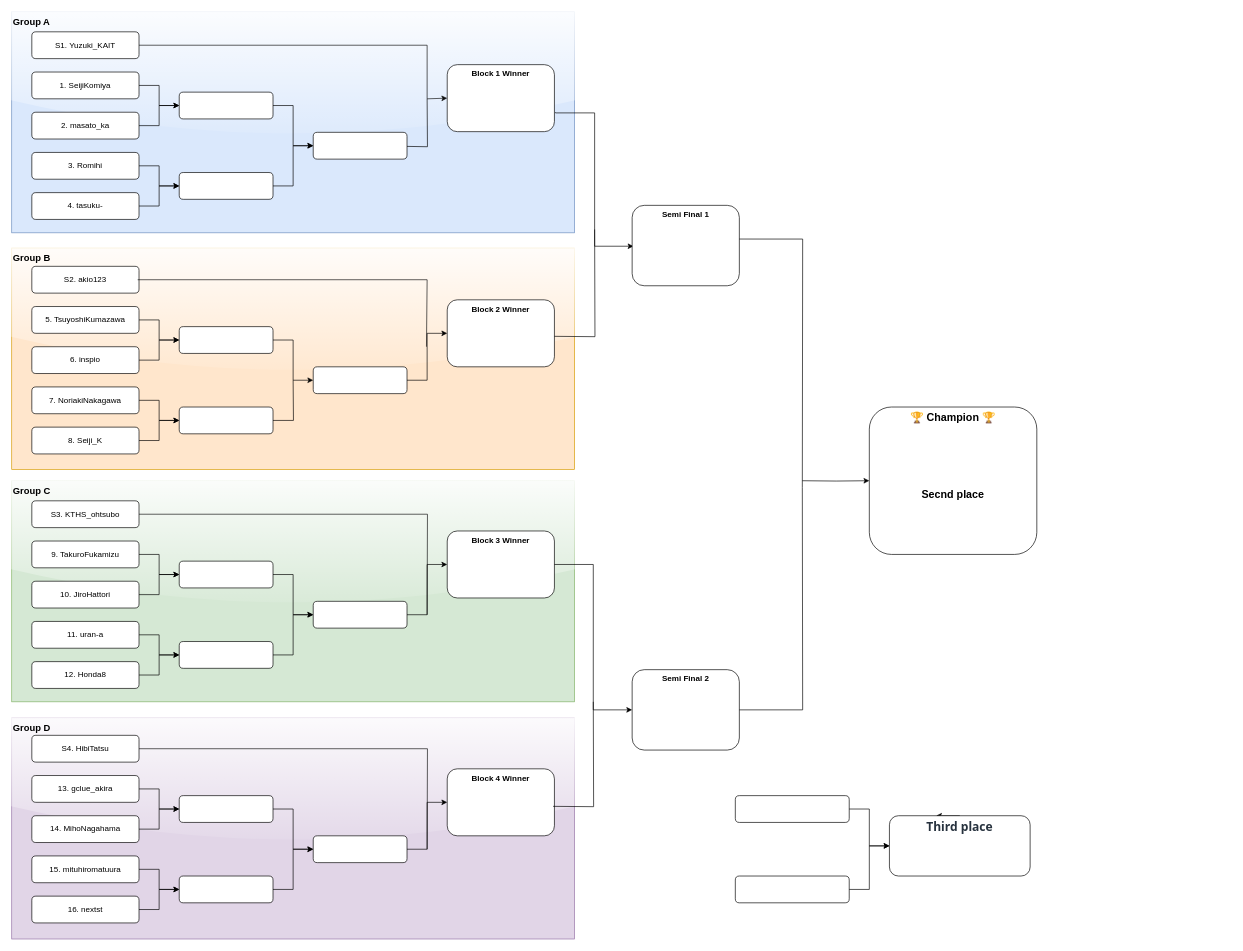
Above: page "Bracket" (1 of 2) of AIFestival2025/tornament/tournament.drawio in KwikHangout/AI-RC (draw.io), before the change. Source tidied: cells renumbered, new cells numbered last; positions are measured from the earlier drawing's top-left corner, leaving out a move shared by most shapes. Both pictures are drawn from the tidied source at 67%, with x=0, y=0 at pixel (11, 11).
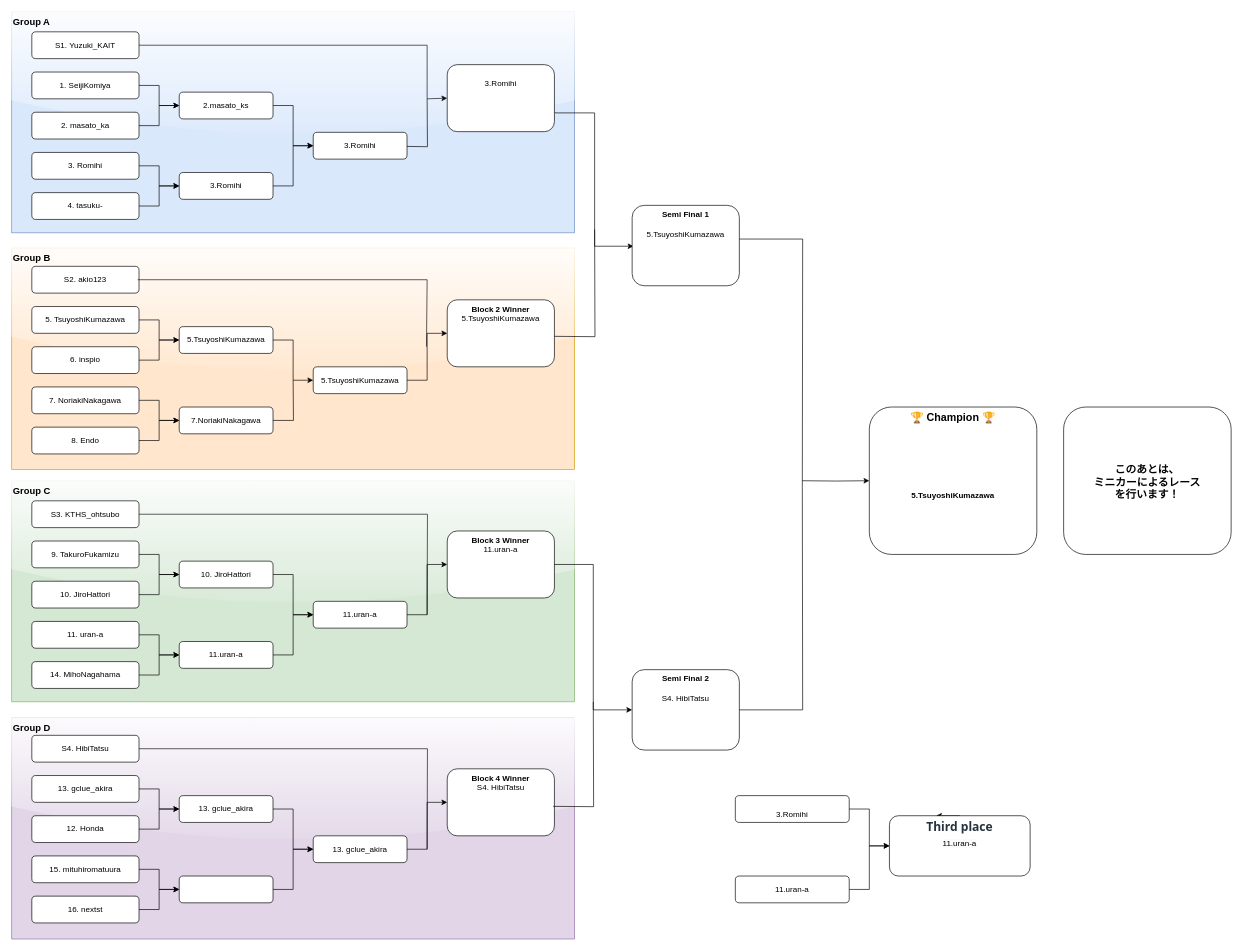
After the change.

Commit message (it also covers changes not shown here):
AIFestival tournament

What changed in the source:
```diff
@@
-    <mxCell id="15" value="8. Seiji_K" style="rounded=1;whiteSpace=wrap;html=1;" parent="1" vertex="1">
+    <mxCell id="15" value="8. Endo" style="rounded=1;whiteSpace=wrap;html=1;" parent="1" vertex="1">
       <mxGeometry x="30" y="620" width="160" height="40" as="geometry" />
     </mxCell>
@@
-    <mxCell id="20" value="12. Honda8" style="rounded=1;whiteSpace=wrap;html=1;" parent="1" vertex="1">
+    <mxCell id="20" value="14. MihoNagahama" style="rounded=1;whiteSpace=wrap;html=1;" parent="1" vertex="1">
       <mxGeometry x="30" y="970" width="160" height="40" as="geometry" />
     </mxCell>
@@
-    <mxCell id="23" value="14. MihoNagahama" style="rounded=1;whiteSpace=wrap;html=1;" parent="1" vertex="1">
+    <mxCell id="23" value="12. Honda" style="rounded=1;whiteSpace=wrap;html=1;" parent="1" vertex="1">
       <mxGeometry x="30" y="1200" width="160" height="40" as="geometry" />
     </mxCell>
@@
-    <mxCell id="26" style="rounded=1;whiteSpace=wrap;html=1;" parent="1" vertex="1">
+    <mxCell id="26" value="2.masato_ks" style="rounded=1;whiteSpace=wrap;html=1;" parent="1" vertex="1">
       <mxGeometry x="250" y="120" width="140" height="40" as="geometry" />
     </mxCell>
-    <mxCell id="27" style="rounded=1;whiteSpace=wrap;html=1;" parent="1" vertex="1">
+    <mxCell id="27" value="3.Romihi" style="rounded=1;whiteSpace=wrap;html=1;" parent="1" vertex="1">
       <mxGeometry x="250" y="240" width="140" height="40" as="geometry" />
     </mxCell>
-    <mxCell id="28" style="rounded=1;whiteSpace=wrap;html=1;" parent="1" vertex="1">
+    <mxCell id="28" value="5.TsuyoshiKumazawa" style="rounded=1;whiteSpace=wrap;html=1;" parent="1" vertex="1">
       <mxGeometry x="250" y="470" width="140" height="40" as="geometry" />
     </mxCell>
-    <mxCell id="29" style="rounded=1;whiteSpace=wrap;html=1;" parent="1" vertex="1">
+    <mxCell id="29" value="7.NoriakiNakagawa" style="rounded=1;whiteSpace=wrap;html=1;" parent="1" vertex="1">
       <mxGeometry x="250" y="590" width="140" height="40" as="geometry" />
     </mxCell>
-    <mxCell id="30" style="rounded=1;whiteSpace=wrap;html=1;" parent="1" vertex="1">
+    <mxCell id="30" value="&lt;span style=&quot;color: rgb(0, 0, 0);&quot;&gt;10. JiroHattori&lt;/span&gt;" style="rounded=1;whiteSpace=wrap;html=1;" parent="1" vertex="1">
       <mxGeometry x="250" y="820" width="140" height="40" as="geometry" />
     </mxCell>
-    <mxCell id="31" style="rounded=1;whiteSpace=wrap;html=1;" parent="1" vertex="1">
+    <mxCell id="31" value="11.uran-a" style="rounded=1;whiteSpace=wrap;html=1;" parent="1" vertex="1">
       <mxGeometry x="250" y="940" width="140" height="40" as="geometry" />
     </mxCell>
-    <mxCell id="32" style="rounded=1;whiteSpace=wrap;html=1;" parent="1" vertex="1">
+    <mxCell id="32" value="&lt;span style=&quot;color: rgb(0, 0, 0);&quot;&gt;13. gclue_akira&lt;/span&gt;" style="rounded=1;whiteSpace=wrap;html=1;" parent="1" vertex="1">
       <mxGeometry x="250" y="1170" width="140" height="40" as="geometry" />
     </mxCell>
@@
-    <mxCell id="34" style="rounded=1;whiteSpace=wrap;html=1;" parent="1" vertex="1">
+    <mxCell id="34" value="3.Romihi" style="rounded=1;whiteSpace=wrap;html=1;" parent="1" vertex="1">
       <mxGeometry x="450" y="180" width="140" height="40" as="geometry" />
     </mxCell>
-    <mxCell id="35" style="rounded=1;whiteSpace=wrap;html=1;" parent="1" vertex="1">
+    <mxCell id="35" value="&lt;span style=&quot;color: rgb(0, 0, 0);&quot;&gt;5.TsuyoshiKumazawa&lt;/span&gt;" style="rounded=1;whiteSpace=wrap;html=1;" parent="1" vertex="1">
       <mxGeometry x="450" y="530" width="140" height="40" as="geometry" />
     </mxCell>
-    <mxCell id="36" style="rounded=1;whiteSpace=wrap;html=1;" parent="1" vertex="1">
+    <mxCell id="36" value="&lt;span style=&quot;color: rgb(0, 0, 0);&quot;&gt;11.uran-a&lt;/span&gt;" style="rounded=1;whiteSpace=wrap;html=1;" parent="1" vertex="1">
       <mxGeometry x="450" y="880" width="140" height="40" as="geometry" />
     </mxCell>
-    <mxCell id="37" style="rounded=1;whiteSpace=wrap;html=1;" parent="1" vertex="1">
+    <mxCell id="37" value="&lt;span style=&quot;color: rgb(0, 0, 0);&quot;&gt;13. gclue_akira&lt;/span&gt;" style="rounded=1;whiteSpace=wrap;html=1;" parent="1" vertex="1">
       <mxGeometry x="450" y="1230" width="140" height="40" as="geometry" />
     </mxCell>
-    <mxCell id="38" value="Block 1 Winner" style="rounded=1;whiteSpace=wrap;html=1;fontStyle=1;verticalAlign=top;" parent="1" vertex="1">
+    <mxCell id="38" value="&lt;br&gt;&lt;span style=&quot;color: rgb(0, 0, 0); font-weight: 400;&quot;&gt;3.Romihi&lt;/span&gt;" style="rounded=1;whiteSpace=wrap;html=1;fontStyle=1;verticalAlign=top;" parent="1" vertex="1">
       <mxGeometry x="650" y="79" width="160" height="100" as="geometry" />
     </mxCell>
-    <mxCell id="39" value="Block 2 Winner" style="rounded=1;whiteSpace=wrap;html=1;fontStyle=1;verticalAlign=top;" parent="1" vertex="1">
+    <mxCell id="39" value="Block 2 Winner&lt;br&gt;&lt;span style=&quot;color: rgb(0, 0, 0); font-weight: 400;&quot;&gt;5.TsuyoshiKumazawa&lt;/span&gt;" style="rounded=1;whiteSpace=wrap;html=1;fontStyle=1;verticalAlign=top;" parent="1" vertex="1">
       <mxGeometry x="650" y="430" width="160" height="100" as="geometry" />
     </mxCell>
-    <mxCell id="40" value="Block 3 Winner" style="rounded=1;whiteSpace=wrap;html=1;fontStyle=1;verticalAlign=top;" parent="1" vertex="1">
+    <mxCell id="40" value="Block 3 Winner&lt;br&gt;&lt;span style=&quot;color: rgb(0, 0, 0); font-weight: 400;&quot;&gt;11.uran-a&lt;/span&gt;" style="rounded=1;whiteSpace=wrap;html=1;fontStyle=1;verticalAlign=top;" parent="1" vertex="1">
       <mxGeometry x="650" y="775" width="160" height="100" as="geometry" />
     </mxCell>
-    <mxCell id="41" value="Block 4 Winner" style="rounded=1;whiteSpace=wrap;html=1;fontStyle=1;verticalAlign=top;" parent="1" vertex="1">
+    <mxCell id="41" value="Block 4 Winner&lt;div&gt;&lt;span style=&quot;color: rgb(0, 0, 0); font-weight: 400;&quot;&gt;S4. HibiTatsu&lt;/span&gt;&lt;/div&gt;" style="rounded=1;whiteSpace=wrap;html=1;fontStyle=1;verticalAlign=top;" parent="1" vertex="1">
       <mxGeometry x="650" y="1130" width="160" height="100" as="geometry" />
     </mxCell>
-    <mxCell id="42" value="Semi Final 2" style="rounded=1;whiteSpace=wrap;html=1;fontStyle=1;verticalAlign=top;" parent="1" vertex="1">
+    <mxCell id="42" value="Semi Final 2&lt;br&gt;&lt;br&gt;&lt;span style=&quot;color: rgb(0, 0, 0); font-weight: 400;&quot;&gt;S4. HibiTatsu&lt;/span&gt;" style="rounded=1;whiteSpace=wrap;html=1;fontStyle=1;verticalAlign=top;" parent="1" vertex="1">
       <mxGeometry x="926" y="982" width="160" height="120" as="geometry" />
     </mxCell>
-    <mxCell id="43" value="🏆 Champion 🏆&lt;br&gt;&lt;br&gt;&lt;br&gt;&lt;br&gt;&lt;br&gt;&lt;br&gt;Secnd place" style="rounded=1;whiteSpace=wrap;html=1;fontStyle=1;fontSize=16;verticalAlign=top;" parent="1" vertex="1">
+    <mxCell id="43" value="🏆 Champion 🏆&lt;br&gt;&lt;br&gt;&lt;br&gt;&lt;br&gt;&lt;br&gt;&lt;br&gt;&lt;span style=&quot;color: rgb(0, 0, 0); font-size: 12px;&quot;&gt;5.TsuyoshiKumazawa&lt;/span&gt;" style="rounded=1;whiteSpace=wrap;html=1;fontStyle=1;fontSize=16;verticalAlign=top;" parent="1" vertex="1">
       <mxGeometry x="1280" y="590" width="250" height="220" as="geometry" />
     </mxCell>
@@
-    <mxCell id="81" style="rounded=1;whiteSpace=wrap;html=1;" parent="1" vertex="1">
+    <mxCell id="81" value="&lt;br style=&quot;color: rgb(63, 63, 63); scrollbar-color: rgb(226, 226, 226) rgb(251, 251, 251); font-weight: 700;&quot;&gt;&lt;span style=&quot;scrollbar-color: rgb(226, 226, 226) rgb(251, 251, 251); color: rgb(0, 0, 0);&quot;&gt;3.Romihi&lt;/span&gt;" style="rounded=1;whiteSpace=wrap;html=1;" parent="1" vertex="1">
       <mxGeometry x="1080" y="1170" width="170" height="40" as="geometry" />
     </mxCell>
-    <mxCell id="82" style="rounded=1;whiteSpace=wrap;html=1;" parent="1" vertex="1">
+    <mxCell id="82" value="&lt;span style=&quot;color: rgb(0, 0, 0);&quot;&gt;11.uran-a&lt;/span&gt;" style="rounded=1;whiteSpace=wrap;html=1;" parent="1" vertex="1">
       <mxGeometry x="1080" y="1290" width="170" height="40" as="geometry" />
     </mxCell>
@@
-    <mxCell id="84" value="&lt;span style=&quot;color: rgb(39, 50, 62); font-family: &amp;quot;Noto Sans JP&amp;quot;, &amp;quot;Noto Sans&amp;quot;, sans-serif; font-size: 18px; font-weight: 700; text-align: start; background-color: rgb(255, 255, 255);&quot;&gt;Third place&lt;/span&gt;" style="rounded=1;whiteSpace=wrap;html=1;verticalAlign=top;" parent="1" vertex="1">
+    <mxCell id="84" value="&lt;span style=&quot;color: rgb(39, 50, 62); font-family: &amp;quot;Noto Sans JP&amp;quot;, &amp;quot;Noto Sans&amp;quot;, sans-serif; font-size: 18px; font-weight: 700; text-align: start; background-color: rgb(255, 255, 255);&quot;&gt;Third place&lt;br&gt;&lt;span style=&quot;color: rgb(0, 0, 0); font-family: Helvetica; font-size: 12px; font-weight: 400; text-align: center; background-color: rgb(251, 251, 251);&quot;&gt;11.uran-a&lt;/span&gt;&lt;/span&gt;" style="rounded=1;whiteSpace=wrap;html=1;verticalAlign=top;" parent="1" vertex="1">
       <mxGeometry x="1310" y="1200" width="210" height="90" as="geometry" />
     </mxCell>
@@
-    <mxCell id="89" value="Semi Final 1" style="rounded=1;whiteSpace=wrap;html=1;fontStyle=1;verticalAlign=top;" parent="1" vertex="1">
+    <mxCell id="89" value="Semi Final 1&lt;br&gt;&lt;br&gt;&lt;span style=&quot;color: rgb(0, 0, 0); font-weight: 400;&quot;&gt;5.TsuyoshiKumazawa&lt;/span&gt;" style="rounded=1;whiteSpace=wrap;html=1;fontStyle=1;verticalAlign=top;" parent="1" vertex="1">
       <mxGeometry x="926" y="289" width="160" height="120" as="geometry" />
     </mxCell>
+    <mxCell id="90" value="&lt;br&gt;&lt;br&gt;&lt;br&gt;&lt;br&gt;このあとは、&lt;div&gt;ミニカーによるレース&lt;br&gt;を行います！&lt;br&gt;&lt;div&gt;&lt;br&gt;&lt;/div&gt;&lt;/div&gt;" style="rounded=1;whiteSpace=wrap;html=1;fontStyle=1;fontSize=16;verticalAlign=top;" parent="1" vertex="1">
+      <mxGeometry x="1570" y="590" width="250" height="220" as="geometry" />
+    </mxCell>
```
